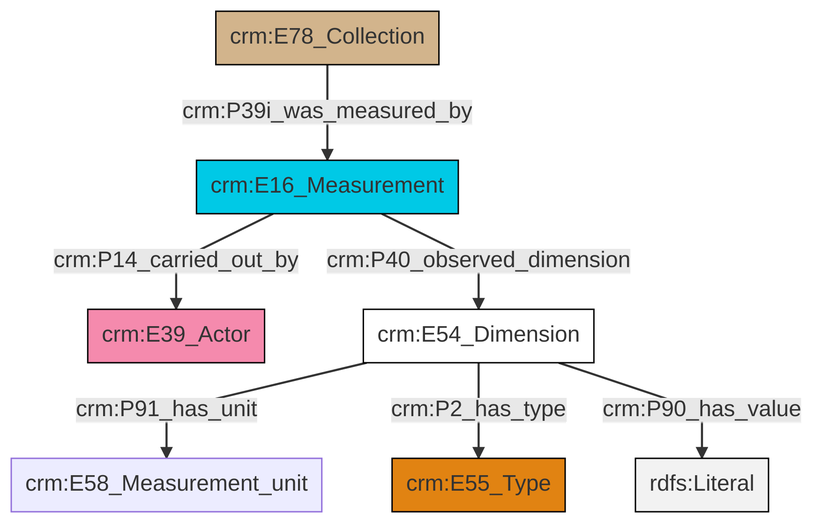
Above: et/archivalCSV/ttl/mmd/png/archival_substance.png in swiss-art-research-net/docs.swissartresearch (Mermaid), before the change. Its source is kept beside it as et/archivalCSV/ttl/mmd/archival_substance.ttl.mmd.
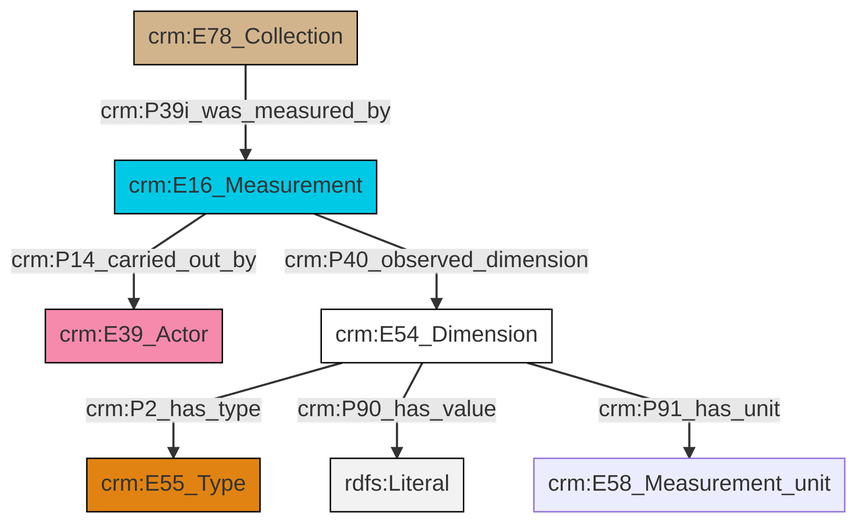
The same diagram one commit later.

What changed in the source:
```diff
@@ -13,9 +13,9 @@
 classDef PC_Classes fill:#4ce600, stroke:#000000;
 classDef Multi fill:#cccccc,stroke:#000000;
 
-2["crm:E16_Measurement"]:::Temporal_Entity -->|crm:P14_carried_out_by| 0["crm:E39_Actor"]:::Actor
-3["crm:E54_Dimension"]:::CRM_Entity -->|crm:P91_has_unit| 4["crm:E58_Measurement_unit"]:::Default
-3["crm:E54_Dimension"]:::CRM_Entity -->|crm:P2_has_type| 5["crm:E55_Type"]:::Type
-9["crm:E78_Collection"]:::Physical_Thing -->|crm:P39i_was_measured_by| 2["crm:E16_Measurement"]:::Temporal_Entity
-3["crm:E54_Dimension"]:::CRM_Entity -->|crm:P90_has_value| 10[rdfs:Literal]:::Literal
-2["crm:E16_Measurement"]:::Temporal_Entity -->|crm:P40_observed_dimension| 3["crm:E54_Dimension"]:::CRM_Entity
+0["crm:E78_Collection"]:::Physical_Thing -->|crm:P39i_was_measured_by| 1["crm:E16_Measurement"]:::Temporal_Entity
+4["crm:E54_Dimension"]:::CRM_Entity -->|crm:P2_has_type| 5["crm:E55_Type"]:::Type
+4["crm:E54_Dimension"]:::CRM_Entity -->|crm:P90_has_value| 7[rdfs:Literal]:::Literal
+4["crm:E54_Dimension"]:::CRM_Entity -->|crm:P91_has_unit| 9["crm:E58_Measurement_unit"]:::Default
+1["crm:E16_Measurement"]:::Temporal_Entity -->|crm:P14_carried_out_by| 2["crm:E39_Actor"]:::Actor
+1["crm:E16_Measurement"]:::Temporal_Entity -->|crm:P40_observed_dimension| 4["crm:E54_Dimension"]:::CRM_Entity
```
